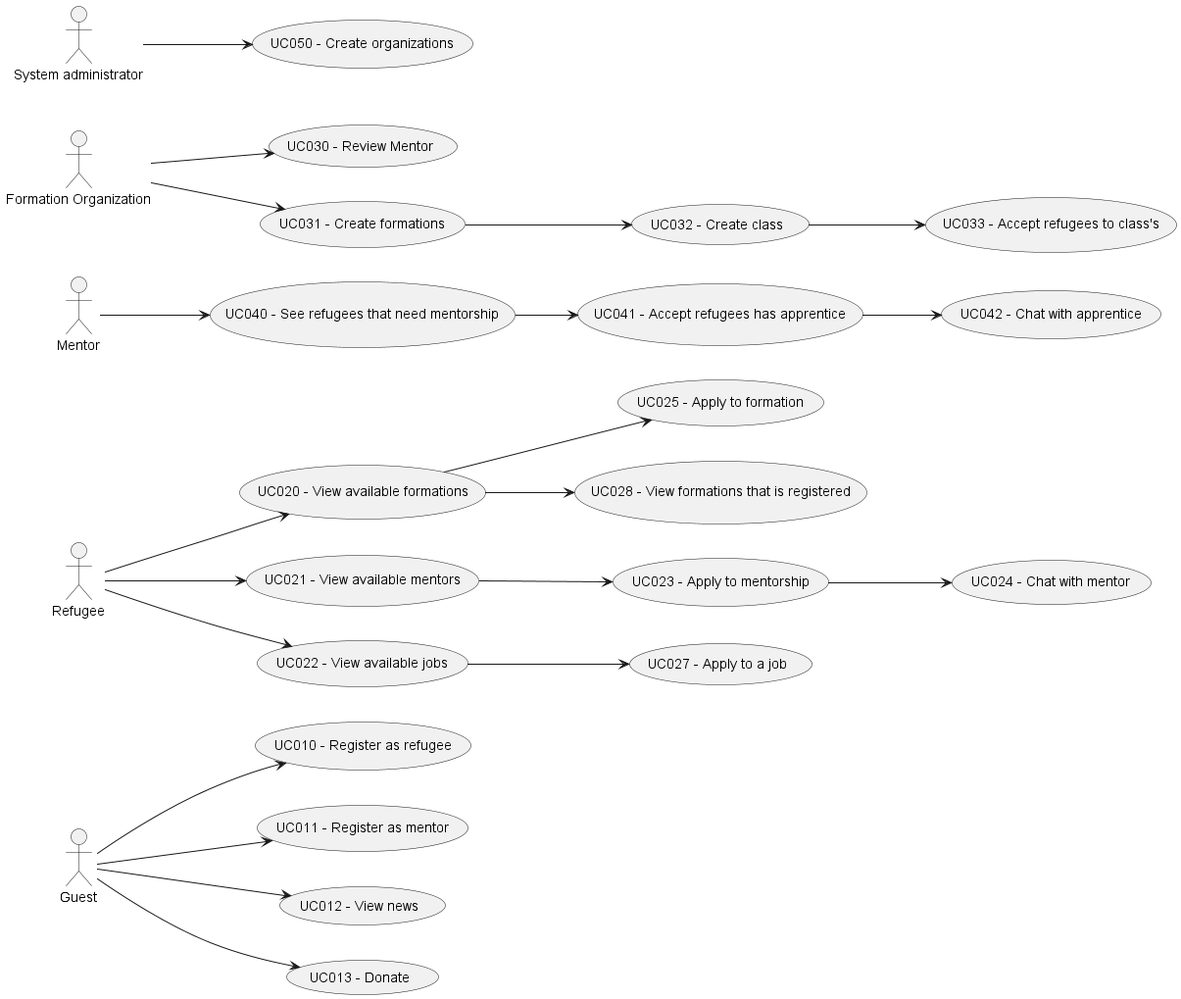
This is Doc/Requirements/png/UseCaseDiagram.png from kanzodotjava/RefugeeLINK, a PlantUML export, as it was before one commit.
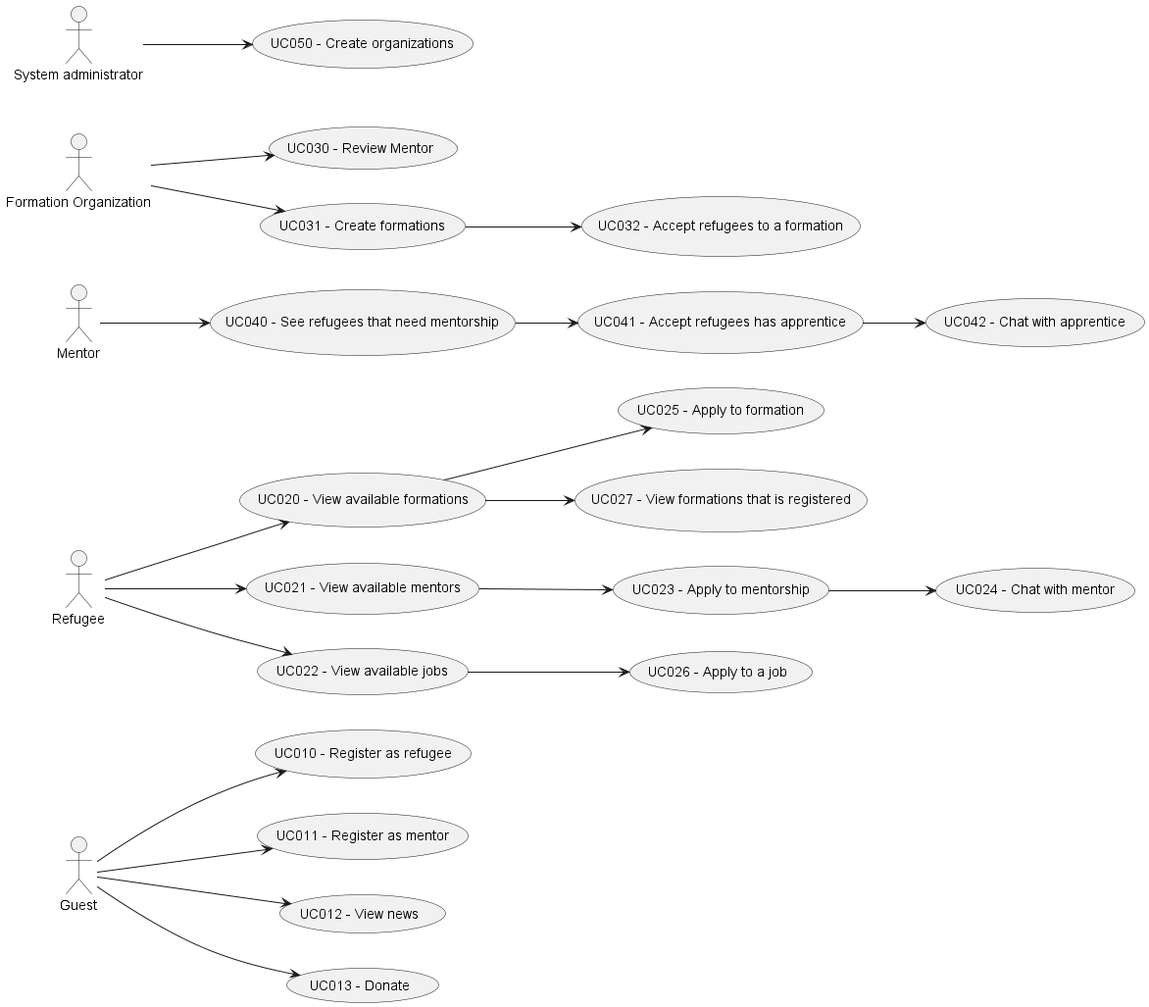
After the commit.

What changed in the source:
```diff
@@ -20,14 +20,13 @@
 usecase "UC023 - Apply to mentorship" as UC023
 usecase "UC024 - Chat with mentor" as UC024
 usecase "UC025 - Apply to formation" as UC025
-usecase "UC027 - Apply to a job" as UC027
-usecase "UC028 - View formations that is registered" as UC028
+usecase "UC026 - Apply to a job" as UC026
+usecase "UC027 - View formations that is registered" as UC027
 
 
 usecase "UC030 - Review Mentor" as UC030
 usecase "UC031 - Create formations" as UC031
-usecase "UC032 - Create class" as UC032
-usecase "UC033 - Accept refugees to class's" as UC033
+usecase "UC032 - Accept refugees to a formation" as UC032
 
 usecase "UC040 - See refugees that need mentorship" as UC040
 usecase "UC041 - Accept refugees has apprentice" as UC041
@@ -57,10 +56,9 @@
 UC020 --> UC025
 UC040 --> UC041
 UC041 --> UC042
-UC022 --> UC027
+UC022 --> UC026
 UC031 --> UC032
-UC032 --> UC033
-UC020 --> UC028
+UC020 --> UC027
 
 
 
```
